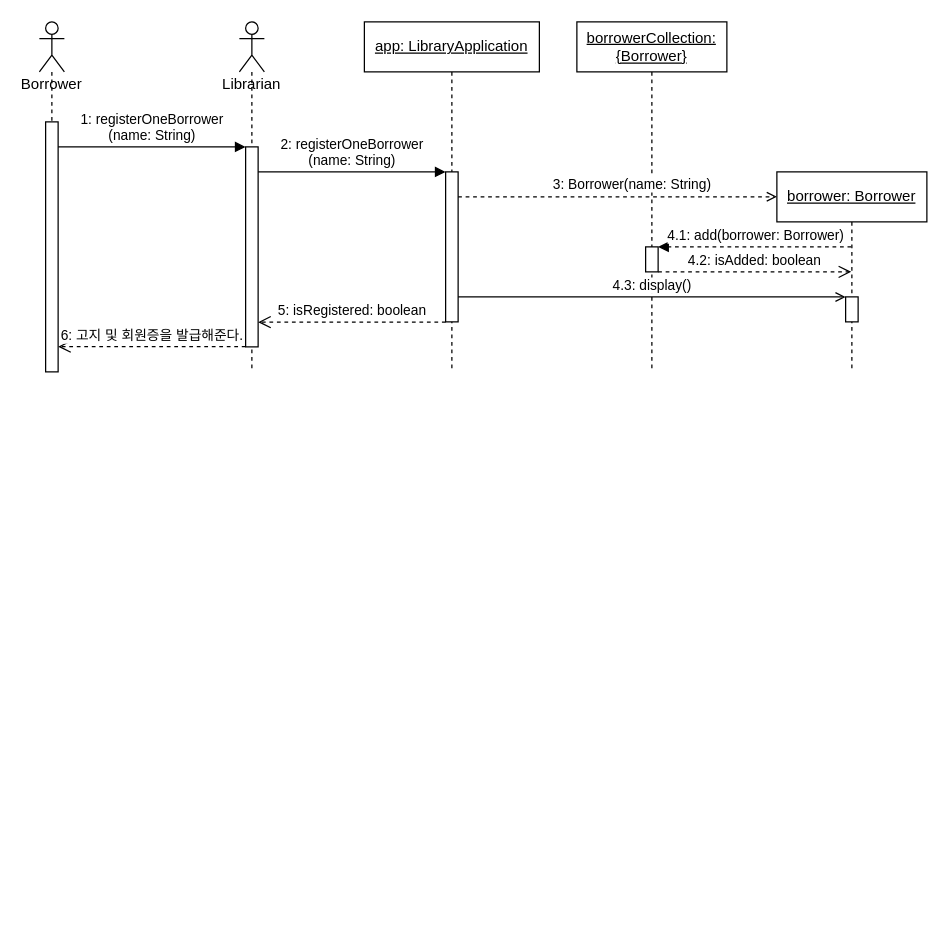
This is UML/SD1 Register one borrower.drawio from Halozhan/2023-2-LibraryApplication, a draw.io file, before an edit. Source tidied: cells renumbered, new cells numbered last; positions are measured from the earlier drawing's top-left corner, leaving out a move shared by most shapes. Both pictures are drawn from the tidied source at 125%, with x=0, y=0 at pixel (39, 21).
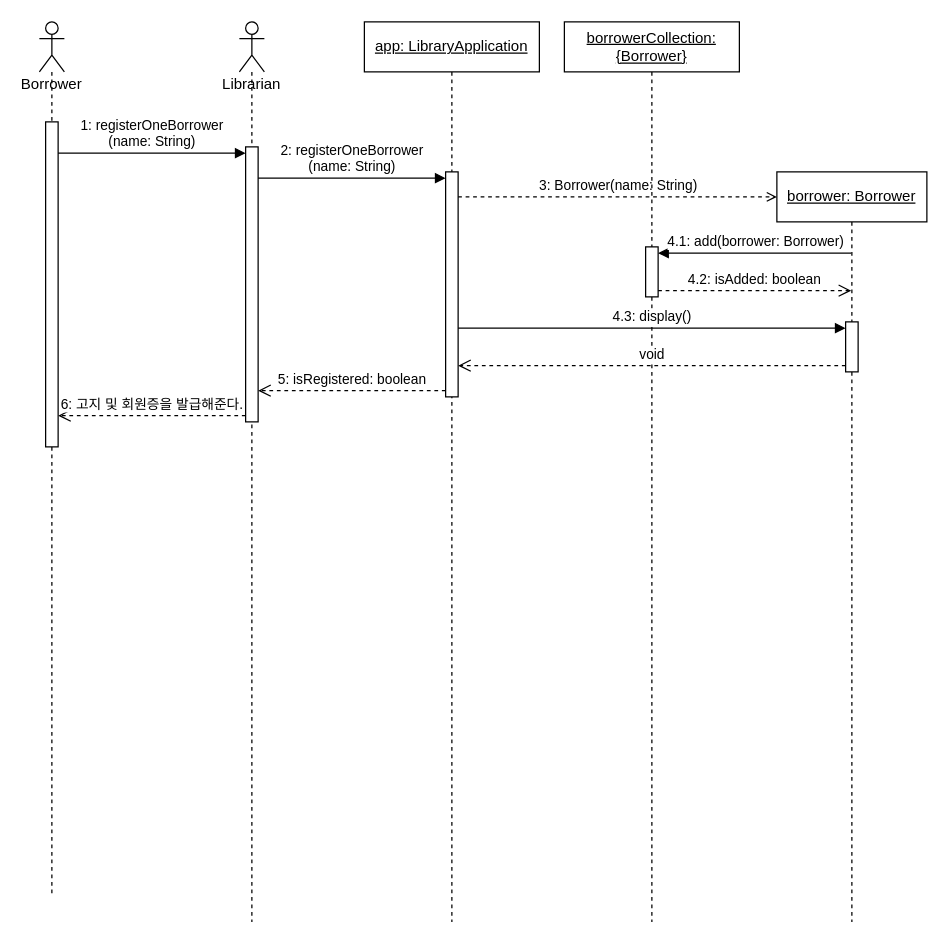
The same page after the edit.

What changed in the source:
```diff
@@
-    <mxCell id="2" value="Borrower" style="shape=umlLifeline;participant=umlActor;perimeter=lifelinePerimeter;whiteSpace=wrap;html=1;verticalAlign=top;spacingTop=36;" parent="1" vertex="1">
-      <mxGeometry width="20" height="280" as="geometry" />
+    <mxCell id="2" value="Borrower" style="shape=umlLifeline;perimeter=lifelinePerimeter;whiteSpace=wrap;html=1;newEdgeStyle={&quot;curved&quot;:0,&quot;rounded&quot;:0};participant=umlActor;verticalAlign=top;spacingTop=36;" parent="1" vertex="1">
+      <mxGeometry width="20" height="700" as="geometry" />
     </mxCell>
-    <mxCell id="3" style="html=1;points=[];perimeter=orthogonalPerimeter;" parent="2" vertex="1">
-      <mxGeometry x="5" y="80" width="10" height="200" as="geometry" />
-    </mxCell>
+    <mxCell id="21" style="html=1;points=[[0,0,0,0,5],[0,1,0,0,-5],[1,0,0,0,5],[1,1,0,0,-5]];perimeter=orthogonalPerimeter;outlineConnect=0;targetShapes=umlLifeline;portConstraint=eastwest;newEdgeStyle={&quot;curved&quot;:0,&quot;rounded&quot;:0};" parent="2" vertex="1">
+      <mxGeometry x="5" y="80" width="10" height="260" as="geometry" />
+    </mxCell>
-    <mxCell id="4" value="Librarian&lt;br&gt;" style="shape=umlLifeline;participant=umlActor;perimeter=lifelinePerimeter;whiteSpace=wrap;html=1;verticalAlign=top;spacingTop=36;" parent="1" vertex="1">
-      <mxGeometry x="160" width="20" height="280" as="geometry" />
+    <mxCell id="4" value="Librarian" style="shape=umlLifeline;perimeter=lifelinePerimeter;whiteSpace=wrap;html=1;newEdgeStyle={&quot;curved&quot;:0,&quot;rounded&quot;:0};participant=umlActor;verticalAlign=top;spacingTop=36;" parent="1" vertex="1">
+      <mxGeometry x="160" width="20" height="720" as="geometry" />
     </mxCell>
-    <mxCell id="5" style="html=1;points=[];perimeter=orthogonalPerimeter;" parent="4" vertex="1">
-      <mxGeometry x="5" y="100" width="10" height="160" as="geometry" />
-    </mxCell>
+    <mxCell id="22" style="html=1;points=[[0,0,0,0,5],[0,1,0,0,-5],[1,0,0,0,5],[1,1,0,0,-5]];perimeter=orthogonalPerimeter;outlineConnect=0;targetShapes=umlLifeline;portConstraint=eastwest;newEdgeStyle={&quot;curved&quot;:0,&quot;rounded&quot;:0};" parent="4" vertex="1">
+      <mxGeometry x="5" y="100" width="10" height="220" as="geometry" />
+    </mxCell>
+    <mxCell id="7" value="6: 고지 및 회원증을 발급해준다." style="html=1;verticalAlign=bottom;endArrow=open;dashed=1;endSize=8;curved=0;rounded=0;exitX=0;exitY=1;exitDx=0;exitDy=-5;" parent="1" edge="1" source="22" target="21">
+      <mxGeometry relative="1" as="geometry" />
+    </mxCell>
-    <mxCell id="6" value="1: registerOneBorrower&lt;br&gt;(name: String)" style="html=1;verticalAlign=bottom;endArrow=block;entryX=0;entryY=0;" parent="1" edge="1" source="3" target="5">
+    <mxCell id="6" value="1: registerOneBorrower&lt;br style=&quot;border-color: var(--border-color);&quot;&gt;(name: String)" style="html=1;verticalAlign=bottom;endArrow=block;curved=0;rounded=0;entryX=0;entryY=0;entryDx=0;entryDy=5;" parent="1" edge="1" source="21" target="22">
       <mxGeometry relative="1" as="geometry" />
     </mxCell>
-    <mxCell id="7" value="6: 고지 및 회원증을 발급해준다." style="html=1;verticalAlign=bottom;endArrow=open;dashed=1;endSize=8;exitX=-0.007;exitY=0.999;exitDx=0;exitDy=0;exitPerimeter=0;" parent="1" edge="1" source="5" target="3">
-      <mxGeometry relative="1" as="geometry" />
-    </mxCell>
-    <mxCell id="8" value="&lt;u&gt;app: LibraryApplication&lt;/u&gt;" style="shape=umlLifeline;perimeter=lifelinePerimeter;whiteSpace=wrap;html=1;" parent="1" vertex="1">
-      <mxGeometry x="260" width="140" height="280" as="geometry" />
+    <mxCell id="8" value="&lt;u style=&quot;border-color: var(--border-color);&quot;&gt;app: LibraryApplication&lt;/u&gt;" style="shape=umlLifeline;perimeter=lifelinePerimeter;whiteSpace=wrap;html=1;newEdgeStyle={&quot;curved&quot;:0,&quot;rounded&quot;:0};" parent="1" vertex="1">
+      <mxGeometry x="260" width="140" height="720" as="geometry" />
     </mxCell>
-    <mxCell id="9" style="html=1;points=[];perimeter=orthogonalPerimeter;" parent="8" vertex="1">
-      <mxGeometry x="65" y="120" width="10" height="120" as="geometry" />
-    </mxCell>
-    <mxCell id="10" value="&lt;u&gt;borrowerCollection: {Borrower}&lt;/u&gt;" style="shape=umlLifeline;perimeter=lifelinePerimeter;whiteSpace=wrap;html=1;" parent="1" vertex="1">
-      <mxGeometry x="430" width="120" height="280" as="geometry" />
-    </mxCell>
-    <mxCell id="11" style="html=1;points=[];perimeter=orthogonalPerimeter;" parent="10" vertex="1">
-      <mxGeometry x="55" y="180" width="10" height="20" as="geometry" />
-    </mxCell>
-    <mxCell id="12" style="html=1;verticalAlign=bottom;labelBackgroundColor=none;endArrow=open;endFill=0;dashed=1;" parent="1" edge="1">
-      <mxGeometry relative="1" as="geometry">
-        <mxPoint x="335" y="139.9" as="sourcePoint" />
-        <mxPoint x="590" y="139.9" as="targetPoint" />
-      </mxGeometry>
-    </mxCell>
-    <mxCell id="13" value="3: Borrower(name: String)" style="edgeLabel;html=1;align=center;verticalAlign=middle;" parent="12" vertex="1">
-      <mxGeometry x="0.58" relative="1" as="geometry">
-        <mxPoint x="-63" y="-10" as="offset" />
-      </mxGeometry>
-    </mxCell>
+    <mxCell id="23" style="html=1;points=[[0,0,0,0,5],[0,1,0,0,-5],[1,0,0,0,5],[1,1,0,0,-5]];perimeter=orthogonalPerimeter;outlineConnect=0;targetShapes=umlLifeline;portConstraint=eastwest;newEdgeStyle={&quot;curved&quot;:0,&quot;rounded&quot;:0};" parent="8" vertex="1">
+      <mxGeometry x="65" y="120" width="10" height="180" as="geometry" />
+    </mxCell>
-    <mxCell id="14" value="2: registerOneBorrower&lt;br&gt;(name: String)" style="html=1;verticalAlign=bottom;endArrow=block;entryX=0;entryY=0;" parent="1" edge="1" source="5" target="9">
+    <mxCell id="14" value="2: registerOneBorrower&lt;br style=&quot;border-color: var(--border-color);&quot;&gt;(name: String)" style="html=1;verticalAlign=bottom;endArrow=block;curved=0;rounded=0;entryX=0;entryY=0;entryDx=0;entryDy=5;" parent="1" edge="1" source="22" target="23">
       <mxGeometry relative="1" as="geometry" />
     </mxCell>
-    <mxCell id="15" value="5: isRegistered: boolean" style="html=1;verticalAlign=bottom;endArrow=open;dashed=1;endSize=8;exitX=0.004;exitY=1.002;exitDx=0;exitDy=0;exitPerimeter=0;" parent="1" edge="1" source="9" target="5">
+    <mxCell id="15" value="5: isRegistered: boolean" style="html=1;verticalAlign=bottom;endArrow=open;dashed=1;endSize=8;curved=0;rounded=0;exitX=0;exitY=1;exitDx=0;exitDy=-5;exitPerimeter=0;" parent="1" edge="1" source="23" target="22">
       <mxGeometry relative="1" as="geometry" />
     </mxCell>
+    <mxCell id="10" value="&lt;u style=&quot;border-color: var(--border-color);&quot;&gt;borrowerCollection: {Borrower}&lt;/u&gt;" style="shape=umlLifeline;perimeter=lifelinePerimeter;whiteSpace=wrap;html=1;newEdgeStyle={&quot;curved&quot;:0,&quot;rounded&quot;:0};" parent="1" vertex="1">
+      <mxGeometry x="420" width="140" height="720" as="geometry" />
+    </mxCell>
+    <mxCell id="24" style="html=1;points=[[0,0,0,0,5],[0,1,0,0,-5],[1,0,0,0,5],[1,1,0,0,-5]];perimeter=orthogonalPerimeter;outlineConnect=0;targetShapes=umlLifeline;portConstraint=eastwest;newEdgeStyle={&quot;curved&quot;:0,&quot;rounded&quot;:0};" parent="10" vertex="1">
+      <mxGeometry x="65" y="180" width="10" height="40" as="geometry" />
+    </mxCell>
-    <mxCell id="16" value="&lt;u style=&quot;&quot;&gt;borrower: Borrower&lt;/u&gt;" style="shape=umlLifeline;perimeter=lifelinePerimeter;whiteSpace=wrap;html=1;outlineConnect=0;" parent="1" vertex="1">
-      <mxGeometry x="590" y="120" width="120" height="160" as="geometry" />
+    <mxCell id="16" value="&lt;u style=&quot;border-color: var(--border-color);&quot;&gt;borrower: Borrower&lt;/u&gt;" style="shape=umlLifeline;perimeter=lifelinePerimeter;whiteSpace=wrap;html=1;outlineConnect=0;portConstraint=eastwest;newEdgeStyle={&quot;curved&quot;:0,&quot;rounded&quot;:0};" parent="1" vertex="1">
+      <mxGeometry x="590" y="120" width="120" height="600" as="geometry" />
     </mxCell>
-    <mxCell id="17" style="html=1;points=[];perimeter=orthogonalPerimeter;" parent="16" vertex="1">
-      <mxGeometry x="55" y="100" width="10" height="20" as="geometry" />
-    </mxCell>
+    <mxCell id="25" style="html=1;points=[[0,0,0,0,5],[0,1,0,0,-5],[1,0,0,0,5],[1,1,0,0,-5]];perimeter=orthogonalPerimeter;outlineConnect=0;targetShapes=umlLifeline;portConstraint=eastwest;newEdgeStyle={&quot;curved&quot;:0,&quot;rounded&quot;:0};" parent="16" vertex="1">
+      <mxGeometry x="55" y="120" width="10" height="40" as="geometry" />
+    </mxCell>
+    <mxCell id="13" value="3: Borrower(name: String)" style="html=1;verticalAlign=bottom;labelBackgroundColor=none;endArrow=open;endFill=0;dashed=1;rounded=0;" parent="1" edge="1" source="23">
+      <mxGeometry relative="1" as="geometry">
+        <mxPoint x="590" y="140" as="targetPoint" />
+      </mxGeometry>
+    </mxCell>
-    <mxCell id="18" value="4.1: add(borrower: Borrower)" style="html=1;verticalAlign=bottom;endArrow=block;entryX=1.002;entryY=0.002;dashed=1;entryDx=0;entryDy=0;entryPerimeter=0;" parent="1" edge="1" source="16" target="11">
+    <mxCell id="18" value="4.1: add(borrower: Borrower)" style="html=1;verticalAlign=bottom;endArrow=block;curved=0;rounded=0;entryX=1;entryY=0;entryDx=0;entryDy=5;" parent="1" edge="1" source="16" target="24">
       <mxGeometry relative="1" as="geometry" />
     </mxCell>
-    <mxCell id="19" value="4.2: isAdded: boolean" style="html=1;verticalAlign=bottom;endArrow=open;dashed=1;endSize=8;exitX=1.002;exitY=0.998;exitDx=0;exitDy=0;exitPerimeter=0;" parent="1" edge="1" source="11" target="16">
+    <mxCell id="19" value="4.2: isAdded: boolean" style="html=1;verticalAlign=bottom;endArrow=open;dashed=1;endSize=8;curved=0;rounded=0;exitX=1;exitY=1;exitDx=0;exitDy=-5;" parent="1" edge="1" source="24" target="16">
       <mxGeometry relative="1" as="geometry" />
     </mxCell>
-    <mxCell id="20" value="4.3: display()" style="html=1;verticalAlign=bottom;startArrow=none;endArrow=open;startSize=8;startFill=0;entryX=-0.003;entryY=0.004;entryDx=0;entryDy=0;entryPerimeter=0;endFill=0;" parent="1" edge="1" source="9" target="17">
+    <mxCell id="20" value="4.3: display()" style="html=1;verticalAlign=bottom;startArrow=none;endArrow=block;startSize=8;curved=0;rounded=0;entryX=0;entryY=0;entryDx=0;entryDy=5;startFill=0;" parent="1" edge="1" source="23" target="25">
       <mxGeometry relative="1" as="geometry" />
     </mxCell>
+    <mxCell id="26" value="void" style="html=1;verticalAlign=bottom;endArrow=open;dashed=1;endSize=8;curved=0;rounded=0;exitX=0;exitY=1;exitDx=0;exitDy=-5;exitPerimeter=0;" parent="1" edge="1" source="25" target="23">
+      <mxGeometry relative="1" as="geometry" />
+    </mxCell>
```
